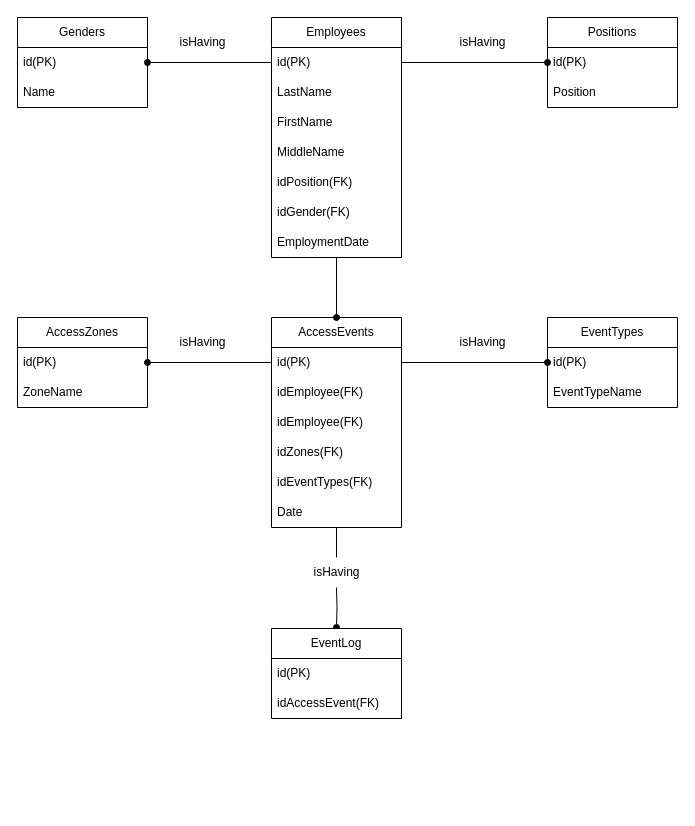
Earlier version of the draw.io diagram SecondDiagram.drawio (Sparrow-Ran/DRAWIO). Source tidied: cells renumbered, new cells numbered last; positions are measured from the earlier drawing's top-left corner, leaving out a move shared by most shapes. Both pictures are drawn from the tidied source at 100%, with x=0, y=0 at pixel (17, 17).
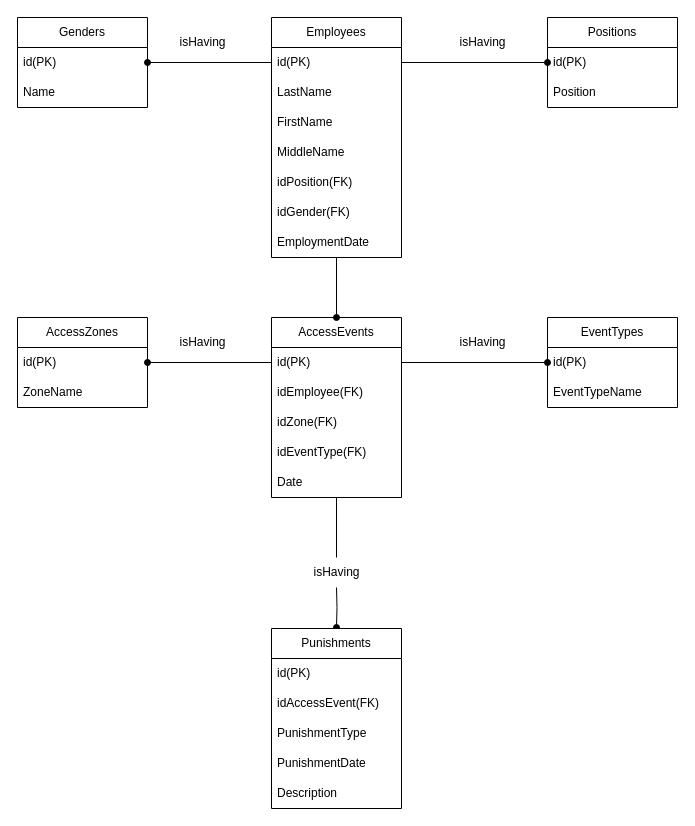
Above is the later version.

Change to the diagram source:
```diff
@@
     <mxCell id="18" value="AccessEvents" style="swimlane;fontStyle=0;horizontal=1;startSize=30;whiteSpace=wrap;html=1;" parent="1" vertex="1">
-      <mxGeometry x="254" y="300" width="130" height="210" as="geometry" />
+      <mxGeometry x="254" y="300" width="130" height="180" as="geometry" />
     </mxCell>
@@
-    <mxCell id="21" value="idEmployee(FK)" style="text;strokeColor=none;fillColor=none;align=left;verticalAlign=middle;spacingLeft=4;spacingRight=4;overflow=hidden;whiteSpace=wrap;html=1;" parent="18" vertex="1">
-      <mxGeometry y="90" width="130" height="30" as="geometry" />
-    </mxCell>
-    <mxCell id="22" value="idZones(FK)" style="text;strokeColor=none;fillColor=none;align=left;verticalAlign=middle;spacingLeft=4;spacingRight=4;overflow=hidden;whiteSpace=wrap;html=1;" parent="18" vertex="1">
-      <mxGeometry y="120" width="130" height="30" as="geometry" />
+    <mxCell id="22" value="idZone(FK)" style="text;strokeColor=none;fillColor=none;align=left;verticalAlign=middle;spacingLeft=4;spacingRight=4;overflow=hidden;whiteSpace=wrap;html=1;" parent="18" vertex="1">
+      <mxGeometry y="90" width="130" height="30" as="geometry" />
     </mxCell>
-    <mxCell id="23" value="idEventTypes(FK)" style="text;strokeColor=none;fillColor=none;align=left;verticalAlign=middle;spacingLeft=4;spacingRight=4;overflow=hidden;whiteSpace=wrap;html=1;" parent="18" vertex="1">
-      <mxGeometry y="150" width="130" height="30" as="geometry" />
+    <mxCell id="23" value="idEventType(FK)" style="text;strokeColor=none;fillColor=none;align=left;verticalAlign=middle;spacingLeft=4;spacingRight=4;overflow=hidden;whiteSpace=wrap;html=1;" parent="18" vertex="1">
+      <mxGeometry y="120" width="130" height="30" as="geometry" />
     </mxCell>
     <mxCell id="24" value="Date" style="text;html=1;align=left;verticalAlign=middle;points=[];strokeColor=none;fillColor=none;spacingLeft=4;" parent="18" vertex="1">
-      <mxGeometry y="180" width="130" height="30" as="geometry" />
+      <mxGeometry y="150" width="130" height="30" as="geometry" />
     </mxCell>
@@
-    <mxCell id="35" value="EventLog" style="swimlane;fontStyle=0;horizontal=1;startSize=30;whiteSpace=wrap;html=1;" parent="1" vertex="1">
-      <mxGeometry x="254" y="611" width="130" height="90" as="geometry" />
+    <mxCell id="35" value="Punishments" style="swimlane;fontStyle=0;horizontal=1;startSize=30;whiteSpace=wrap;html=1;" parent="1" vertex="1">
+      <mxGeometry x="254" y="611" width="130" height="180" as="geometry" />
     </mxCell>
@@
+    <mxCell id="44" value="PunishmentType" style="text;strokeColor=none;fillColor=none;align=left;verticalAlign=middle;spacingLeft=4;spacingRight=4;overflow=hidden;whiteSpace=wrap;html=1;" parent="35" vertex="1">
+      <mxGeometry y="90" width="130" height="30" as="geometry" />
+    </mxCell>
+    <mxCell id="45" value="PunishmentDate" style="text;strokeColor=none;fillColor=none;align=left;verticalAlign=middle;spacingLeft=4;spacingRight=4;overflow=hidden;whiteSpace=wrap;html=1;" parent="35" vertex="1">
+      <mxGeometry y="120" width="130" height="30" as="geometry" />
+    </mxCell>
+    <mxCell id="46" value="Description" style="text;strokeColor=none;fillColor=none;align=left;verticalAlign=middle;spacingLeft=4;spacingRight=4;overflow=hidden;whiteSpace=wrap;html=1;" parent="35" vertex="1">
+      <mxGeometry y="150" width="130" height="30" as="geometry" />
+    </mxCell>
```
